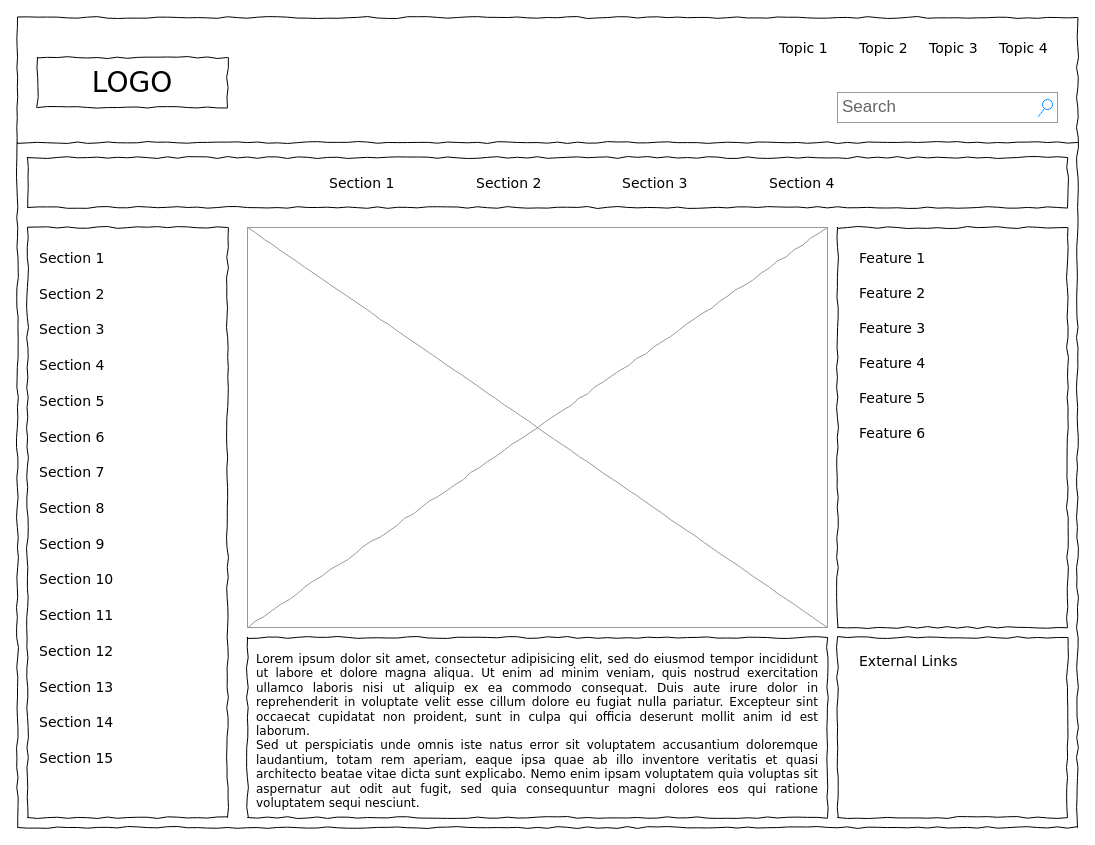
maius91/maius91 keeps this draw.io diagram as report checklist.drawio. Above is the earlier version. Source tidied: cells renumbered, new cells numbered last; positions are measured from the earlier drawing's top-left corner, leaving out a move shared by most shapes. Both pictures are drawn from the tidied source at 100%, with x=0, y=0 at pixel (17, 17). Pictures stored in the file or linked from it are replaced by grey dashed boxes.
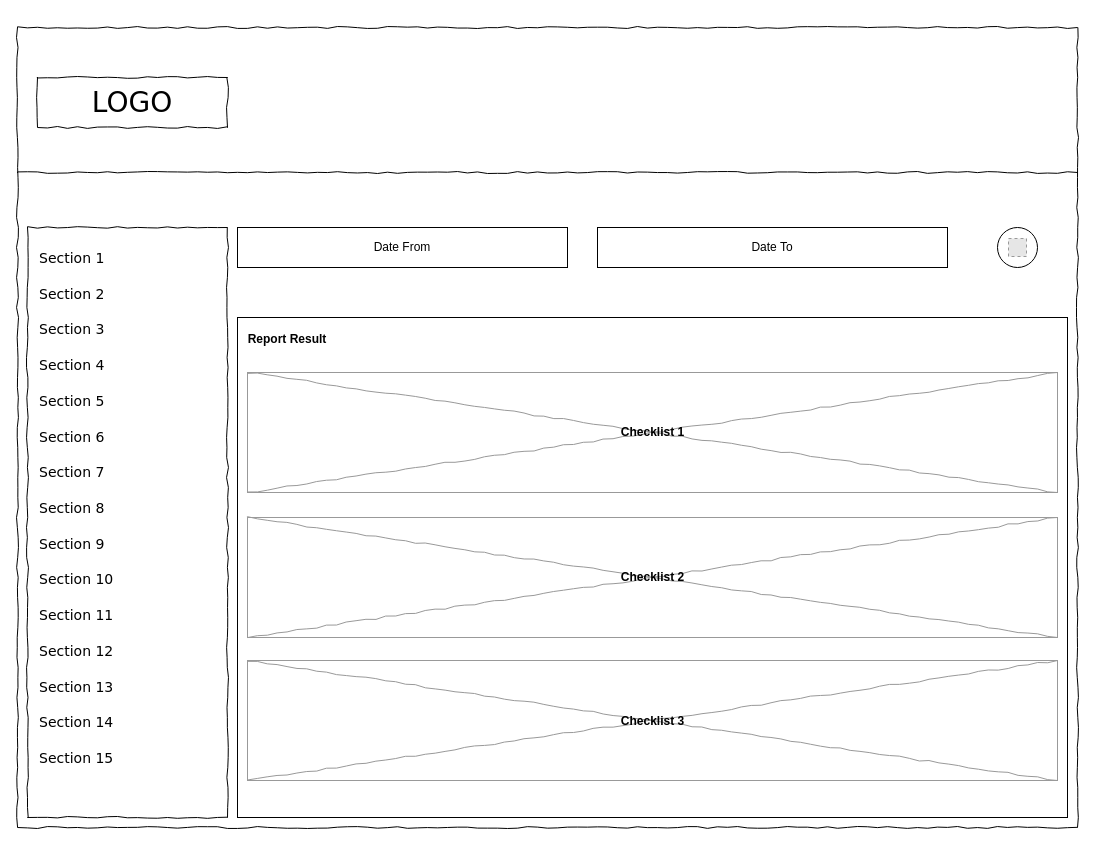
Above is the later version.

Change to the diagram source:
```diff
@@
     <mxCell id="2" style="whiteSpace=wrap;html=1;rounded=0;shadow=0;labelBackgroundColor=none;strokeColor=#000000;strokeWidth=1;fillColor=none;fontFamily=Verdana;fontSize=12;fontColor=#000000;align=center;comic=1;" parent="1" vertex="1">
-      <mxGeometry width="1060" height="810" as="geometry" />
+      <mxGeometry y="10" width="1060" height="800" as="geometry" />
     </mxCell>
     <mxCell id="3" value="LOGO" style="whiteSpace=wrap;html=1;rounded=0;shadow=0;labelBackgroundColor=none;strokeWidth=1;fontFamily=Verdana;fontSize=28;align=center;comic=1;" parent="1" vertex="1">
-      <mxGeometry x="20" y="40" width="190" height="50" as="geometry" />
+      <mxGeometry x="20" y="60" width="190" height="50" as="geometry" />
     </mxCell>
-    <mxCell id="4" value="Search" style="strokeWidth=1;shadow=0;dashed=0;align=center;html=1;shape=mxgraph.mockup.forms.searchBox;strokeColor=#999999;mainText=;strokeColor2=#008cff;fontColor=#666666;fontSize=17;align=left;spacingLeft=3;rounded=0;labelBackgroundColor=none;comic=1;" parent="1" vertex="1">
-      <mxGeometry x="820" y="75" width="220" height="30" as="geometry" />
-    </mxCell>
-    <mxCell id="5" value="Topic 1" style="text;html=1;align=left;verticalAlign=top;spacingTop=-4;fontSize=14;fontFamily=Verdana;" parent="1" vertex="1">
-      <mxGeometry x="760" y="20" width="60" height="20" as="geometry" />
-    </mxCell>
-    <mxCell id="6" value="Topic 2" style="text;html=1;align=left;verticalAlign=top;spacingTop=-4;fontSize=14;fontFamily=Verdana;" parent="1" vertex="1">
-      <mxGeometry x="840" y="20" width="60" height="20" as="geometry" />
-    </mxCell>
-    <mxCell id="7" value="Topic 3" style="text;html=1;align=left;verticalAlign=top;spacingTop=-4;fontSize=14;fontFamily=Verdana;" parent="1" vertex="1">
-      <mxGeometry x="910" y="20" width="60" height="20" as="geometry" />
-    </mxCell>
-    <mxCell id="8" value="Topic 4" style="text;html=1;align=left;verticalAlign=top;spacingTop=-4;fontSize=14;fontFamily=Verdana;" parent="1" vertex="1">
-      <mxGeometry x="980" y="20" width="60" height="20" as="geometry" />
-    </mxCell>
@@
     <mxCell id="10" style="line;strokeWidth=1;html=1;rounded=0;shadow=0;labelBackgroundColor=none;fillColor=none;fontFamily=Verdana;fontSize=14;fontColor=#000000;align=center;comic=1;" parent="1" vertex="1">
-      <mxGeometry y="120" width="1060" height="10" as="geometry" />
+      <mxGeometry y="120" width="1060" height="70" as="geometry" />
     </mxCell>
-    <mxCell id="11" style="whiteSpace=wrap;html=1;rounded=0;shadow=0;labelBackgroundColor=none;strokeWidth=1;fillColor=none;fontFamily=Verdana;fontSize=12;align=center;comic=1;" parent="1" vertex="1">
-      <mxGeometry x="10" y="140" width="1040" height="50" as="geometry" />
-    </mxCell>
-    <mxCell id="12" value="Section 1" style="text;html=1;align=left;verticalAlign=top;spacingTop=-4;fontSize=14;fontFamily=Verdana;" parent="1" vertex="1">
-      <mxGeometry x="310" y="155" width="60" height="20" as="geometry" />
-    </mxCell>
-    <mxCell id="13" value="Section 2" style="text;html=1;align=left;verticalAlign=top;spacingTop=-4;fontSize=14;fontFamily=Verdana;" parent="1" vertex="1">
-      <mxGeometry x="457" y="155" width="60" height="20" as="geometry" />
-    </mxCell>
-    <mxCell id="14" value="Section 3" style="text;html=1;align=left;verticalAlign=top;spacingTop=-4;fontSize=14;fontFamily=Verdana;" parent="1" vertex="1">
-      <mxGeometry x="603" y="155" width="60" height="20" as="geometry" />
-    </mxCell>
-    <mxCell id="15" value="Section 4" style="text;html=1;align=left;verticalAlign=top;spacingTop=-4;fontSize=14;fontFamily=Verdana;" parent="1" vertex="1">
-      <mxGeometry x="750" y="155" width="60" height="20" as="geometry" />
-    </mxCell>
-    <mxCell id="16" value="&lt;div style=&quot;text-align: justify&quot;&gt;&lt;span&gt;Lorem ipsum dolor sit amet, consectetur adipisicing elit, sed do eiusmod tempor incididunt ut labore et dolore magna aliqua. Ut enim ad minim veniam, quis nostrud exercitation ullamco laboris nisi ut aliquip ex ea commodo consequat. Duis aute irure dolor in reprehenderit in voluptate velit esse cillum dolore eu fugiat nulla pariatur. Excepteur sint occaecat cupidatat non proident, sunt in culpa qui officia deserunt mollit anim id est laborum.&lt;/span&gt;&lt;/div&gt;&lt;div style=&quot;text-align: justify&quot;&gt;&lt;span&gt;Sed ut perspiciatis unde omnis iste natus error sit voluptatem accusantium doloremque laudantium, totam rem aperiam, eaque ipsa quae ab illo inventore veritatis et quasi architecto beatae vitae dicta sunt explicabo. Nemo enim ipsam voluptatem quia voluptas sit aspernatur aut odit aut fugit, sed quia consequuntur magni dolores eos qui ratione voluptatem sequi nesciunt.&amp;nbsp;&lt;/span&gt;&lt;/div&gt;" style="whiteSpace=wrap;html=1;rounded=0;shadow=0;labelBackgroundColor=none;strokeWidth=1;fillColor=none;fontFamily=Verdana;fontSize=12;align=center;verticalAlign=top;spacing=10;comic=1;" parent="1" vertex="1">
-      <mxGeometry x="230" y="620" width="580" height="180" as="geometry" />
-    </mxCell>
     <mxCell id="17" style="verticalLabelPosition=bottom;shadow=0;dashed=0;align=center;html=1;verticalAlign=top;strokeWidth=1;shape=mxgraph.mockup.graphics.simpleIcon;strokeColor=#999999;rounded=0;labelBackgroundColor=none;fontFamily=Verdana;fontSize=14;fontColor=#000000;comic=1;" parent="1" vertex="1">
-      <mxGeometry x="230" y="210" width="580" height="400" as="geometry" />
+      <mxGeometry x="230" y="355" width="810" height="120" as="geometry" />
     </mxCell>
-    <mxCell id="18" style="whiteSpace=wrap;html=1;rounded=0;shadow=0;labelBackgroundColor=none;strokeWidth=1;fillColor=none;fontFamily=Verdana;fontSize=12;align=center;comic=1;" parent="1" vertex="1">
-      <mxGeometry x="820" y="210" width="230" height="400" as="geometry" />
-    </mxCell>
-    <mxCell id="19" style="whiteSpace=wrap;html=1;rounded=0;shadow=0;labelBackgroundColor=none;strokeWidth=1;fillColor=none;fontFamily=Verdana;fontSize=12;align=center;comic=1;" parent="1" vertex="1">
-      <mxGeometry x="820" y="620" width="230" height="180" as="geometry" />
-    </mxCell>
@@
-    <mxCell id="35" value="External Links" style="text;html=1;align=left;verticalAlign=top;spacingTop=-4;fontSize=14;fontFamily=Verdana;" parent="1" vertex="1">
-      <mxGeometry x="840" y="633" width="170" height="20" as="geometry" />
-    </mxCell>
-    <mxCell id="36" value="Feature 1" style="text;html=1;align=left;verticalAlign=top;spacingTop=-4;fontSize=14;fontFamily=Verdana;" parent="1" vertex="1">
-      <mxGeometry x="840" y="230" width="170" height="20" as="geometry" />
-    </mxCell>
-    <mxCell id="37" value="Feature 2" style="text;html=1;align=left;verticalAlign=top;spacingTop=-4;fontSize=14;fontFamily=Verdana;" parent="1" vertex="1">
-      <mxGeometry x="840" y="265" width="170" height="20" as="geometry" />
-    </mxCell>
-    <mxCell id="38" value="Feature 3" style="text;html=1;align=left;verticalAlign=top;spacingTop=-4;fontSize=14;fontFamily=Verdana;" parent="1" vertex="1">
-      <mxGeometry x="840" y="300" width="170" height="20" as="geometry" />
-    </mxCell>
-    <mxCell id="39" value="Feature 4" style="text;html=1;align=left;verticalAlign=top;spacingTop=-4;fontSize=14;fontFamily=Verdana;" parent="1" vertex="1">
-      <mxGeometry x="840" y="335" width="170" height="20" as="geometry" />
-    </mxCell>
-    <mxCell id="40" value="Feature 5" style="text;html=1;align=left;verticalAlign=top;spacingTop=-4;fontSize=14;fontFamily=Verdana;" parent="1" vertex="1">
-      <mxGeometry x="840" y="370" width="170" height="20" as="geometry" />
-    </mxCell>
-    <mxCell id="41" value="Feature 6" style="text;html=1;align=left;verticalAlign=top;spacingTop=-4;fontSize=14;fontFamily=Verdana;" parent="1" vertex="1">
-      <mxGeometry x="840" y="405" width="170" height="20" as="geometry" />
-    </mxCell>
+    <mxCell id="42" value="&lt;b&gt;Checklist 1&lt;/b&gt;" style="text;html=1;strokeColor=none;fillColor=none;align=center;verticalAlign=middle;whiteSpace=wrap;rounded=0;" parent="1" vertex="1">
+      <mxGeometry x="597.5" y="400" width="75" height="30" as="geometry" />
+    </mxCell>
+    <mxCell id="43" style="verticalLabelPosition=bottom;shadow=0;dashed=0;align=center;html=1;verticalAlign=top;strokeWidth=1;shape=mxgraph.mockup.graphics.simpleIcon;strokeColor=#999999;rounded=0;labelBackgroundColor=none;fontFamily=Verdana;fontSize=14;fontColor=#000000;comic=1;" parent="1" vertex="1">
+      <mxGeometry x="230" y="500" width="810" height="120" as="geometry" />
+    </mxCell>
+    <mxCell id="44" value="&lt;b&gt;Checklist 2&lt;/b&gt;" style="text;html=1;strokeColor=none;fillColor=none;align=center;verticalAlign=middle;whiteSpace=wrap;rounded=0;" parent="1" vertex="1">
+      <mxGeometry x="597.5" y="545" width="75" height="30" as="geometry" />
+    </mxCell>
+    <mxCell id="45" style="verticalLabelPosition=bottom;shadow=0;dashed=0;align=center;html=1;verticalAlign=top;strokeWidth=1;shape=mxgraph.mockup.graphics.simpleIcon;strokeColor=#999999;rounded=0;labelBackgroundColor=none;fontFamily=Verdana;fontSize=14;fontColor=#000000;comic=1;" parent="1" vertex="1">
+      <mxGeometry x="230" y="643" width="810" height="120" as="geometry" />
+    </mxCell>
+    <mxCell id="46" value="&lt;b&gt;Checklist 3&lt;/b&gt;" style="text;html=1;strokeColor=none;fillColor=none;align=center;verticalAlign=middle;whiteSpace=wrap;rounded=0;" parent="1" vertex="1">
+      <mxGeometry x="597.5" y="689" width="75" height="30" as="geometry" />
+    </mxCell>
+    <mxCell id="47" style="rounded=0;whiteSpace=wrap;html=1;glass=0;gradientColor=none;fillColor=none;" parent="1" vertex="1">
+      <mxGeometry x="220" y="300" width="830" height="500" as="geometry" />
+    </mxCell>
+    <mxCell id="48" value="&lt;b&gt;Report Result&lt;/b&gt;" style="text;html=1;strokeColor=none;fillColor=none;align=center;verticalAlign=middle;whiteSpace=wrap;rounded=0;" parent="1" vertex="1">
+      <mxGeometry x="220" y="307" width="100" height="30" as="geometry" />
+    </mxCell>
+    <mxCell id="49" value="Date From" style="rounded=0;whiteSpace=wrap;html=1;glass=0;fillColor=none;gradientColor=none;" parent="1" vertex="1">
+      <mxGeometry x="220" y="210" width="330" height="40" as="geometry" />
+    </mxCell>
+    <mxCell id="50" value="Date To" style="rounded=0;whiteSpace=wrap;html=1;glass=0;fillColor=none;gradientColor=none;" parent="1" vertex="1">
+      <mxGeometry x="580" y="210" width="350" height="40" as="geometry" />
+    </mxCell>
+    <mxCell id="51" style="ellipse;whiteSpace=wrap;html=1;glass=0;fillColor=none;gradientColor=none;" parent="1" vertex="1">
+      <mxGeometry x="980" y="210" width="40" height="40" as="geometry" />
+    </mxCell>
+    <mxCell id="52" style="fillColor=#E6E6E6;strokeColor=#999999;dashed=1;verticalLabelPosition=bottom;verticalAlign=top;" parent="1" vertex="1">
+      <mxGeometry x="991" y="221" width="18" height="18" as="geometry" />
+    </mxCell>
```
